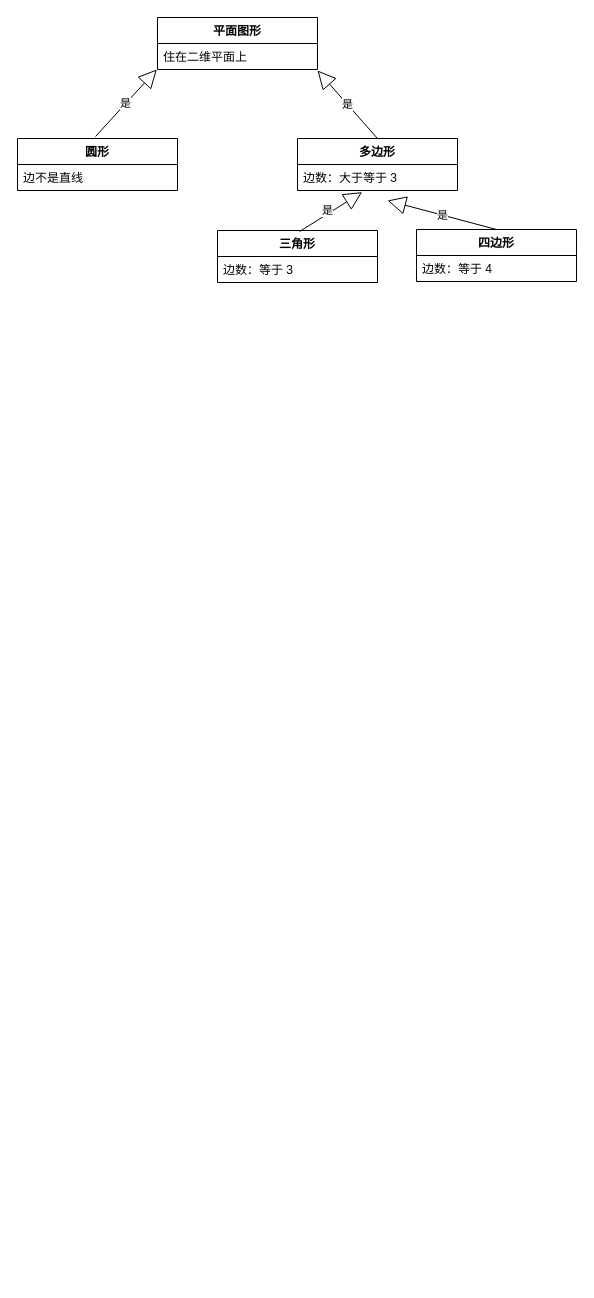
twoknow/Interactive-math keeps this draw.io diagram as 图形分类.drawio. Above is the earlier version. Source tidied: cells renumbered, new cells numbered last; positions are measured from the earlier drawing's top-left corner, leaving out a move shared by most shapes. Both pictures are drawn from the tidied source at 100%, with x=0, y=0 at pixel (17, 17).
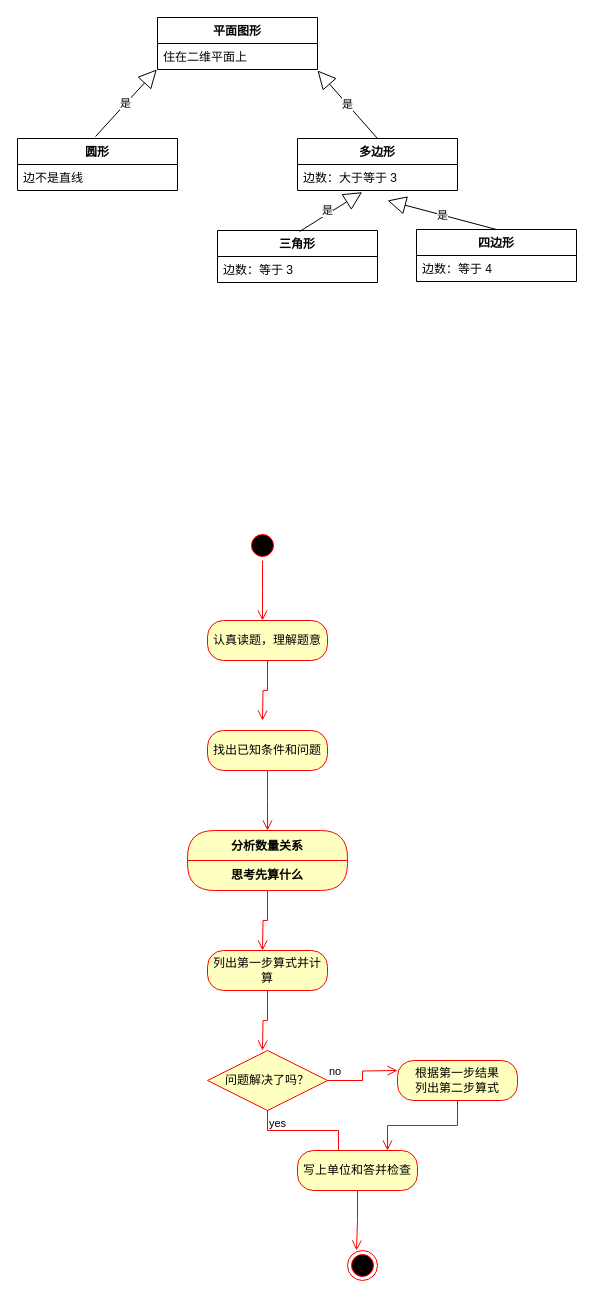
The same diagram, later.

Commit message:
更新图形分类.drawio

What changed in the source:
```diff
@@
+    <mxCell id="16" style="ellipse;html=1;shape=startState;fillColor=#000000;strokeColor=#ff0000;" parent="1" vertex="1">
+      <mxGeometry x="230" y="513" width="30" height="30" as="geometry" />
+    </mxCell>
+    <mxCell id="17" style="edgeStyle=orthogonalEdgeStyle;html=1;verticalAlign=bottom;endArrow=open;endSize=8;strokeColor=#ff0000;rounded=0;" parent="1" edge="1" source="16">
+      <mxGeometry relative="1" as="geometry">
+        <mxPoint x="245" y="603" as="targetPoint" />
+      </mxGeometry>
+    </mxCell>
+    <mxCell id="18" value="认真读题，理解题意" style="rounded=1;whiteSpace=wrap;html=1;arcSize=40;fontColor=#000000;fillColor=#ffffc0;strokeColor=#ff0000;" parent="1" vertex="1">
+      <mxGeometry x="190" y="603" width="120" height="40" as="geometry" />
+    </mxCell>
+    <mxCell id="19" style="edgeStyle=orthogonalEdgeStyle;html=1;verticalAlign=bottom;endArrow=open;endSize=8;strokeColor=#ff0000;rounded=0;" parent="1" edge="1" source="18">
+      <mxGeometry relative="1" as="geometry">
+        <mxPoint x="245" y="703" as="targetPoint" />
+      </mxGeometry>
+    </mxCell>
+    <mxCell id="20" value="找出已知条件和问题" style="rounded=1;whiteSpace=wrap;html=1;arcSize=40;fontColor=#000000;fillColor=#ffffc0;strokeColor=#ff0000;" parent="1" vertex="1">
+      <mxGeometry x="190" y="713" width="120" height="40" as="geometry" />
+    </mxCell>
+    <mxCell id="21" style="edgeStyle=orthogonalEdgeStyle;html=1;verticalAlign=bottom;endArrow=open;endSize=8;strokeColor=#ff0000;rounded=0;" parent="1" edge="1" source="20">
+      <mxGeometry relative="1" as="geometry">
+        <mxPoint x="250" y="813" as="targetPoint" />
+      </mxGeometry>
+    </mxCell>
+    <mxCell id="22" value="分析数量关系" style="swimlane;fontStyle=1;align=center;verticalAlign=middle;horizontal=1;startSize=30;fontColor=#000000;rounded=1;arcSize=30;strokeColor=#ff0000;fillColor=#ffffc0;swimlaneFillColor=#ffffc0;" parent="1" vertex="1">
+      <mxGeometry x="170" y="813" width="160" height="60" as="geometry" />
+    </mxCell>
+    <mxCell id="23" value="&lt;span style=&quot;font-weight: 700; text-wrap-mode: nowrap;&quot;&gt;思考先算什么&lt;/span&gt;" style="text;html=1;strokeColor=none;fillColor=none;align=center;verticalAlign=middle;spacingLeft=4;spacingRight=4;whiteSpace=wrap;overflow=hidden;fontColor=#000000;" parent="22" vertex="1">
+      <mxGeometry y="30" width="160" height="30" as="geometry" />
+    </mxCell>
+    <mxCell id="24" style="edgeStyle=orthogonalEdgeStyle;html=1;verticalAlign=bottom;endArrow=open;endSize=8;strokeColor=#ff0000;rounded=0;" parent="1" edge="1" source="22">
+      <mxGeometry relative="1" as="geometry">
+        <mxPoint x="245" y="933" as="targetPoint" />
+      </mxGeometry>
+    </mxCell>
+    <mxCell id="25" value="列出第一步算式并计算" style="rounded=1;whiteSpace=wrap;html=1;arcSize=40;fontColor=#000000;fillColor=#ffffc0;strokeColor=#ff0000;" parent="1" vertex="1">
+      <mxGeometry x="190" y="933" width="120" height="40" as="geometry" />
+    </mxCell>
+    <mxCell id="26" style="edgeStyle=orthogonalEdgeStyle;html=1;verticalAlign=bottom;endArrow=open;endSize=8;strokeColor=#ff0000;rounded=0;" parent="1" edge="1" source="25">
+      <mxGeometry relative="1" as="geometry">
+        <mxPoint x="245" y="1033" as="targetPoint" />
+      </mxGeometry>
+    </mxCell>
+    <mxCell id="27" value="问题解决了吗？" style="rhombus;whiteSpace=wrap;html=1;fontColor=#000000;fillColor=#ffffc0;strokeColor=#ff0000;" parent="1" vertex="1">
+      <mxGeometry x="190" y="1033" width="120" height="60" as="geometry" />
+    </mxCell>
+    <mxCell id="28" value="no" style="edgeStyle=orthogonalEdgeStyle;html=1;align=left;verticalAlign=bottom;endArrow=open;endSize=8;strokeColor=#ff0000;rounded=0;" parent="1" edge="1" source="27">
+      <mxGeometry x="-1" relative="1" as="geometry">
+        <mxPoint x="380" y="1053" as="targetPoint" />
+      </mxGeometry>
+    </mxCell>
+    <mxCell id="29" value="yes" style="edgeStyle=orthogonalEdgeStyle;html=1;align=left;verticalAlign=top;endArrow=open;endSize=8;strokeColor=#ff0000;rounded=0;entryX=0.342;entryY=0.25;entryDx=0;entryDy=0;entryPerimeter=0;" parent="1" edge="1" source="27" target="32">
+      <mxGeometry x="-1" relative="1" as="geometry" />
+    </mxCell>
+    <mxCell id="30" value="根据第一步结果&lt;div&gt;列出第二步算式&lt;/div&gt;" style="rounded=1;whiteSpace=wrap;html=1;arcSize=40;fontColor=#000000;fillColor=#ffffc0;strokeColor=#ff0000;" parent="1" vertex="1">
+      <mxGeometry x="380" y="1043" width="120" height="40" as="geometry" />
+    </mxCell>
+    <mxCell id="31" style="edgeStyle=orthogonalEdgeStyle;html=1;verticalAlign=bottom;endArrow=open;endSize=8;strokeColor=#ff0000;rounded=0;entryX=0.75;entryY=0;entryDx=0;entryDy=0;" parent="1" edge="1" source="30" target="32">
+      <mxGeometry relative="1" as="geometry" />
+    </mxCell>
+    <mxCell id="32" value="写上单位和答并检查" style="rounded=1;whiteSpace=wrap;html=1;arcSize=40;fontColor=#000000;fillColor=#ffffc0;strokeColor=#ff0000;" parent="1" vertex="1">
+      <mxGeometry x="280" y="1133" width="120" height="40" as="geometry" />
+    </mxCell>
+    <mxCell id="33" style="edgeStyle=orthogonalEdgeStyle;html=1;verticalAlign=bottom;endArrow=open;endSize=8;strokeColor=#ff0000;rounded=0;" parent="1" edge="1" source="32">
+      <mxGeometry relative="1" as="geometry">
+        <mxPoint x="339" y="1233" as="targetPoint" />
+      </mxGeometry>
+    </mxCell>
+    <mxCell id="34" style="ellipse;html=1;shape=endState;fillColor=#000000;strokeColor=#ff0000;" parent="1" vertex="1">
+      <mxGeometry x="330" y="1233" width="30" height="30" as="geometry" />
+    </mxCell>
```
